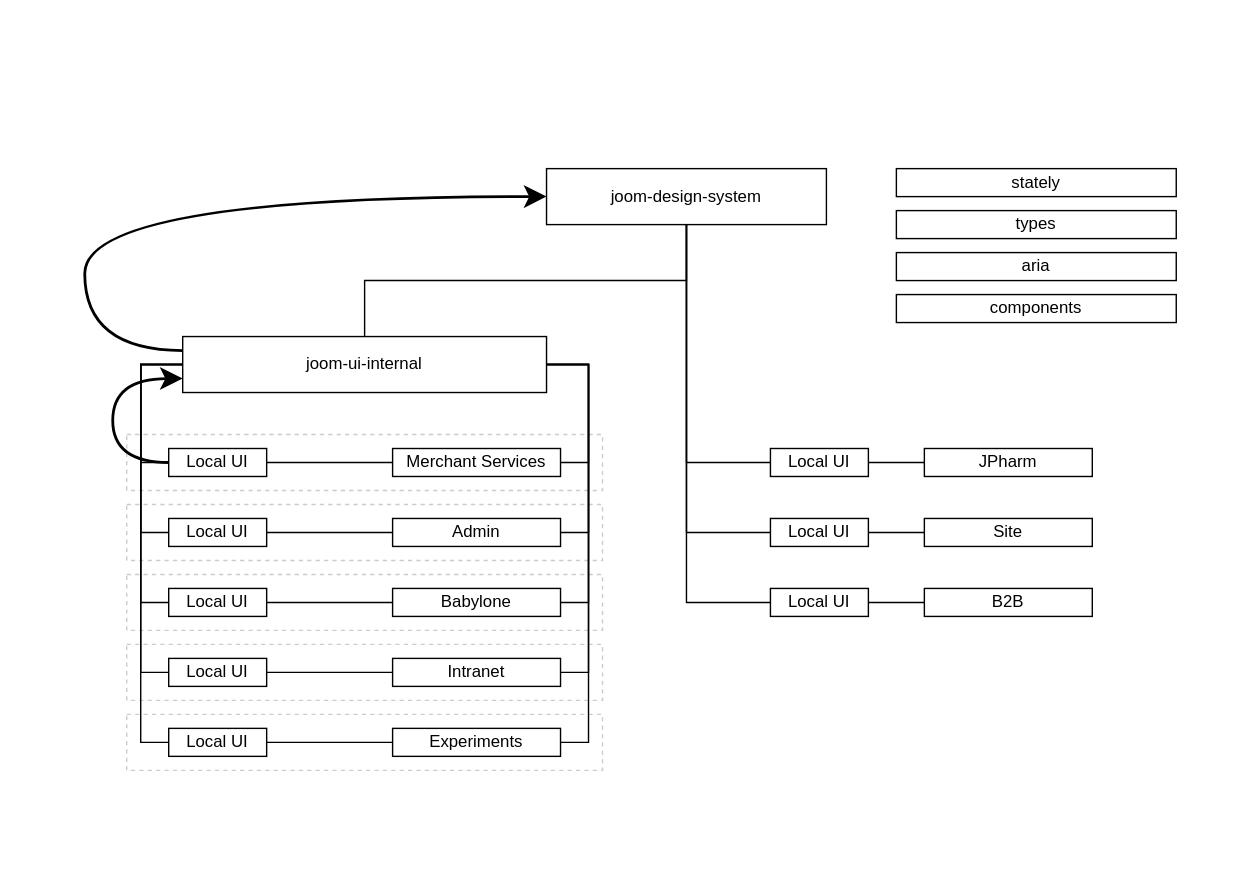
Before: design-system.svg, a diagram exported from draw.io (ajile/draw-io). Source tidied: cells renumbered, new cells last; positions are measured from the earlier drawing's top-left corner, leaving out a move shared by most shapes.
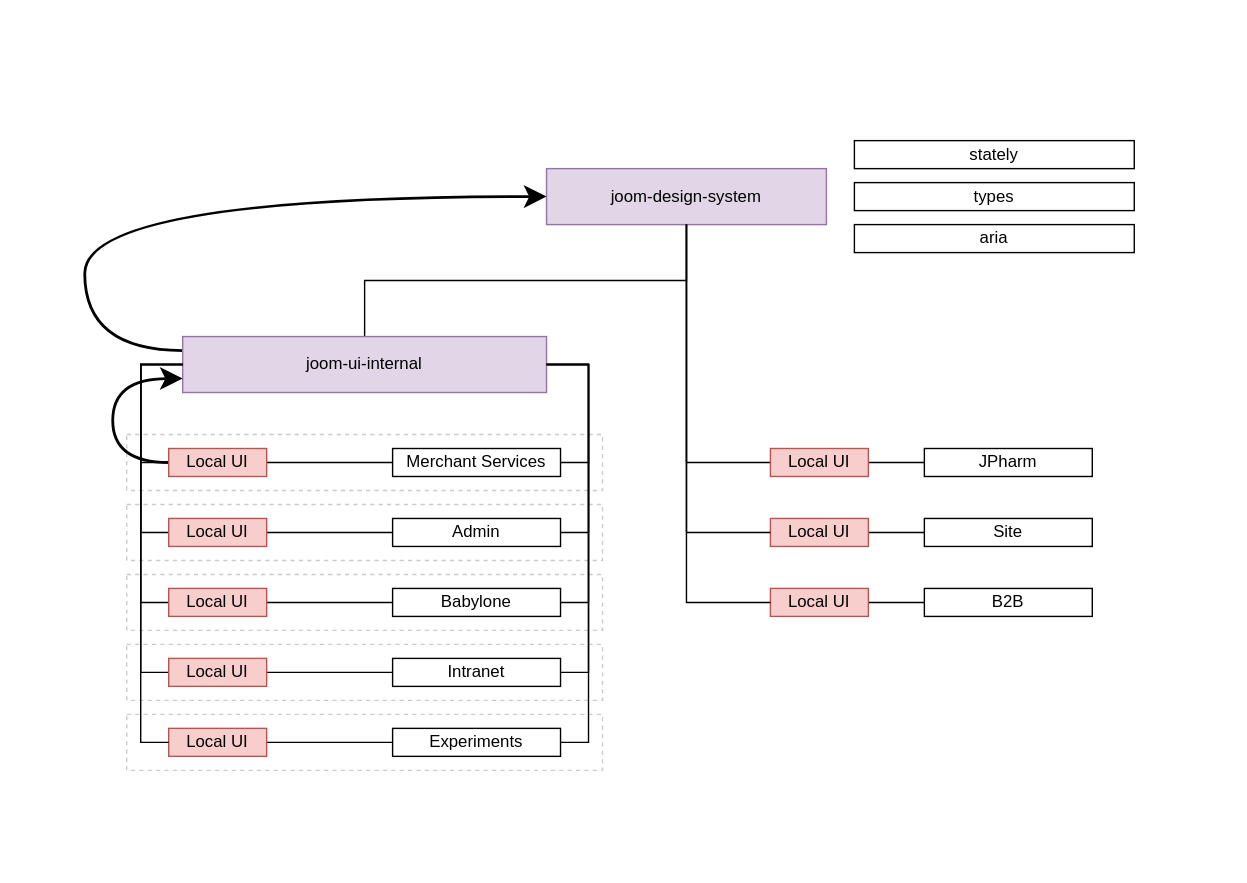
After the commit.

Diff of the diagram source:
```diff
@@ -18,7 +18,7 @@
     <mxCell id="7" style="rounded=0;whiteSpace=wrap;html=1;dashed=1;fillColor=none;strokeColor=#CCCCCC;" parent="3" vertex="1">
       <mxGeometry x="90" y="310" width="340" height="40" as="geometry" />
     </mxCell>
-    <mxCell id="8" value="joom-design-system" style="rounded=0;whiteSpace=wrap;html=1;" parent="3" vertex="1">
+    <mxCell id="8" value="joom-design-system" style="rounded=0;whiteSpace=wrap;html=1;fillColor=#e1d5e7;strokeColor=#9673a6;" parent="3" vertex="1">
       <mxGeometry x="390" y="120" width="200" height="40" as="geometry" />
     </mxCell>
     <mxCell id="9" style="edgeStyle=orthogonalEdgeStyle;rounded=0;jettySize=auto;html=1;endArrow=none;endFill=0;startSize=10;endSize=10;exitX=0.5;exitY=0;exitDx=0;exitDy=0;" parent="3" edge="1" source="11" target="8">
@@ -32,7 +32,7 @@
         </Array>
       </mxGeometry>
     </mxCell>
-    <mxCell id="11" value="&lt;span&gt;joom-ui-internal&lt;/span&gt;" style="rounded=0;whiteSpace=wrap;html=1;" parent="3" vertex="1">
+    <mxCell id="11" value="&lt;span&gt;joom-ui-internal&lt;/span&gt;" style="rounded=0;whiteSpace=wrap;html=1;fillColor=#e1d5e7;strokeColor=#9673a6;" parent="3" vertex="1">
       <mxGeometry x="130" y="240" width="260" height="40" as="geometry" />
     </mxCell>
     <mxCell id="12" style="edgeStyle=orthogonalEdgeStyle;rounded=0;jettySize=auto;html=1;endArrow=none;endFill=0;startSize=10;endSize=10;exitX=0;exitY=0.5;exitDx=0;exitDy=0;" parent="3" edge="1" source="40" target="8">
@@ -103,34 +103,34 @@
         </Array>
       </mxGeometry>
     </mxCell>
-    <mxCell id="33" value="Local UI" style="rounded=0;whiteSpace=wrap;html=1;" parent="3" vertex="1">
+    <mxCell id="33" value="Local UI" style="rounded=0;whiteSpace=wrap;html=1;fillColor=#f8cecc;strokeColor=#b85450;" parent="3" vertex="1">
       <mxGeometry x="120" y="320" width="70" height="20" as="geometry" />
     </mxCell>
     <mxCell id="34" style="edgeStyle=orthogonalEdgeStyle;rounded=0;jettySize=auto;html=1;entryX=0;entryY=0.5;entryDx=0;entryDy=0;startSize=10;endArrow=none;endFill=0;endSize=10;exitX=0;exitY=0.5;exitDx=0;exitDy=0;" parent="3" edge="1" source="35" target="11">
       <mxGeometry relative="1" as="geometry" />
     </mxCell>
-    <mxCell id="35" value="Local UI" style="rounded=0;whiteSpace=wrap;html=1;" parent="3" vertex="1">
+    <mxCell id="35" value="Local UI" style="rounded=0;whiteSpace=wrap;html=1;fillColor=#f8cecc;strokeColor=#b85450;" parent="3" vertex="1">
       <mxGeometry x="120" y="370" width="70" height="20" as="geometry" />
     </mxCell>
     <mxCell id="36" style="edgeStyle=orthogonalEdgeStyle;rounded=0;jettySize=auto;html=1;entryX=0;entryY=0.5;entryDx=0;entryDy=0;startSize=10;endArrow=none;endFill=0;endSize=10;exitX=0;exitY=0.5;exitDx=0;exitDy=0;" parent="3" edge="1" source="37" target="11">
       <mxGeometry relative="1" as="geometry" />
     </mxCell>
-    <mxCell id="37" value="Local UI" style="rounded=0;whiteSpace=wrap;html=1;" parent="3" vertex="1">
+    <mxCell id="37" value="Local UI" style="rounded=0;whiteSpace=wrap;html=1;fillColor=#f8cecc;strokeColor=#b85450;" parent="3" vertex="1">
       <mxGeometry x="120" y="420" width="70" height="20" as="geometry" />
     </mxCell>
     <mxCell id="38" style="edgeStyle=orthogonalEdgeStyle;rounded=0;jettySize=auto;html=1;entryX=0;entryY=0.5;entryDx=0;entryDy=0;startSize=10;endArrow=none;endFill=0;endSize=10;exitX=0;exitY=0.5;exitDx=0;exitDy=0;" parent="3" edge="1" source="39" target="11">
       <mxGeometry relative="1" as="geometry" />
     </mxCell>
-    <mxCell id="39" value="Local UI" style="rounded=0;whiteSpace=wrap;html=1;" parent="3" vertex="1">
+    <mxCell id="39" value="Local UI" style="rounded=0;whiteSpace=wrap;html=1;fillColor=#f8cecc;strokeColor=#b85450;" parent="3" vertex="1">
       <mxGeometry x="120" y="470" width="70" height="20" as="geometry" />
     </mxCell>
-    <mxCell id="40" value="Local UI" style="rounded=0;whiteSpace=wrap;html=1;" parent="3" vertex="1">
+    <mxCell id="40" value="Local UI" style="rounded=0;whiteSpace=wrap;html=1;fillColor=#f8cecc;strokeColor=#b85450;" parent="3" vertex="1">
       <mxGeometry x="550" y="320" width="70" height="20" as="geometry" />
     </mxCell>
-    <mxCell id="41" value="Local UI" style="rounded=0;whiteSpace=wrap;html=1;" parent="3" vertex="1">
+    <mxCell id="41" value="Local UI" style="rounded=0;whiteSpace=wrap;html=1;fillColor=#f8cecc;strokeColor=#b85450;" parent="3" vertex="1">
       <mxGeometry x="550" y="370" width="70" height="20" as="geometry" />
     </mxCell>
-    <mxCell id="42" value="Local UI" style="rounded=0;whiteSpace=wrap;html=1;" parent="3" vertex="1">
+    <mxCell id="42" value="Local UI" style="rounded=0;whiteSpace=wrap;html=1;fillColor=#f8cecc;strokeColor=#b85450;" parent="3" vertex="1">
       <mxGeometry x="550" y="420" width="70" height="20" as="geometry" />
     </mxCell>
     <mxCell id="43" style="edgeStyle=orthogonalEdgeStyle;rounded=0;jettySize=auto;html=1;endArrow=none;endFill=0;startSize=10;endSize=10;exitX=0;exitY=0.5;exitDx=0;exitDy=0;entryX=0.5;entryY=1;entryDx=0;entryDy=0;" parent="3" edge="1" source="41" target="8">
@@ -148,7 +148,7 @@
     <mxCell id="47" value="Experiments" style="rounded=0;whiteSpace=wrap;html=1;" parent="3" vertex="1">
       <mxGeometry x="280" y="520" width="120" height="20" as="geometry" />
     </mxCell>
-    <mxCell id="48" value="Local UI" style="rounded=0;whiteSpace=wrap;html=1;" parent="3" vertex="1">
+    <mxCell id="48" value="Local UI" style="rounded=0;whiteSpace=wrap;html=1;fillColor=#f8cecc;strokeColor=#b85450;" parent="3" vertex="1">
       <mxGeometry x="120" y="520" width="70" height="20" as="geometry" />
     </mxCell>
     <mxCell id="49" style="edgeStyle=orthogonalEdgeStyle;rounded=0;jettySize=auto;html=1;entryX=0;entryY=0.5;entryDx=0;entryDy=0;startSize=10;endArrow=none;endFill=0;endSize=10;exitX=0;exitY=0.5;exitDx=0;exitDy=0;" parent="3" edge="1" source="48" target="11">
@@ -158,16 +158,13 @@
       <mxGeometry relative="1" as="geometry" />
     </mxCell>
     <mxCell id="51" value="stately" style="rounded=0;whiteSpace=wrap;html=1;" parent="3" vertex="1">
-      <mxGeometry x="640" y="120" width="200" height="20" as="geometry" />
+      <mxGeometry x="610" y="100" width="200" height="20" as="geometry" />
     </mxCell>
     <mxCell id="52" value="types" style="rounded=0;whiteSpace=wrap;html=1;" parent="3" vertex="1">
-      <mxGeometry x="640" y="150" width="200" height="20" as="geometry" />
+      <mxGeometry x="610" y="130" width="200" height="20" as="geometry" />
     </mxCell>
     <mxCell id="53" value="aria" style="rounded=0;whiteSpace=wrap;html=1;" parent="3" vertex="1">
-      <mxGeometry x="640" y="180" width="200" height="20" as="geometry" />
+      <mxGeometry x="610" y="160" width="200" height="20" as="geometry" />
     </mxCell>
-    <mxCell id="54" value="components" style="rounded=0;whiteSpace=wrap;html=1;" parent="3" vertex="1">
-      <mxGeometry x="640" y="210" width="200" height="20" as="geometry" />
-    </mxCell>
   </root>
 </mxGraphModel>
```
